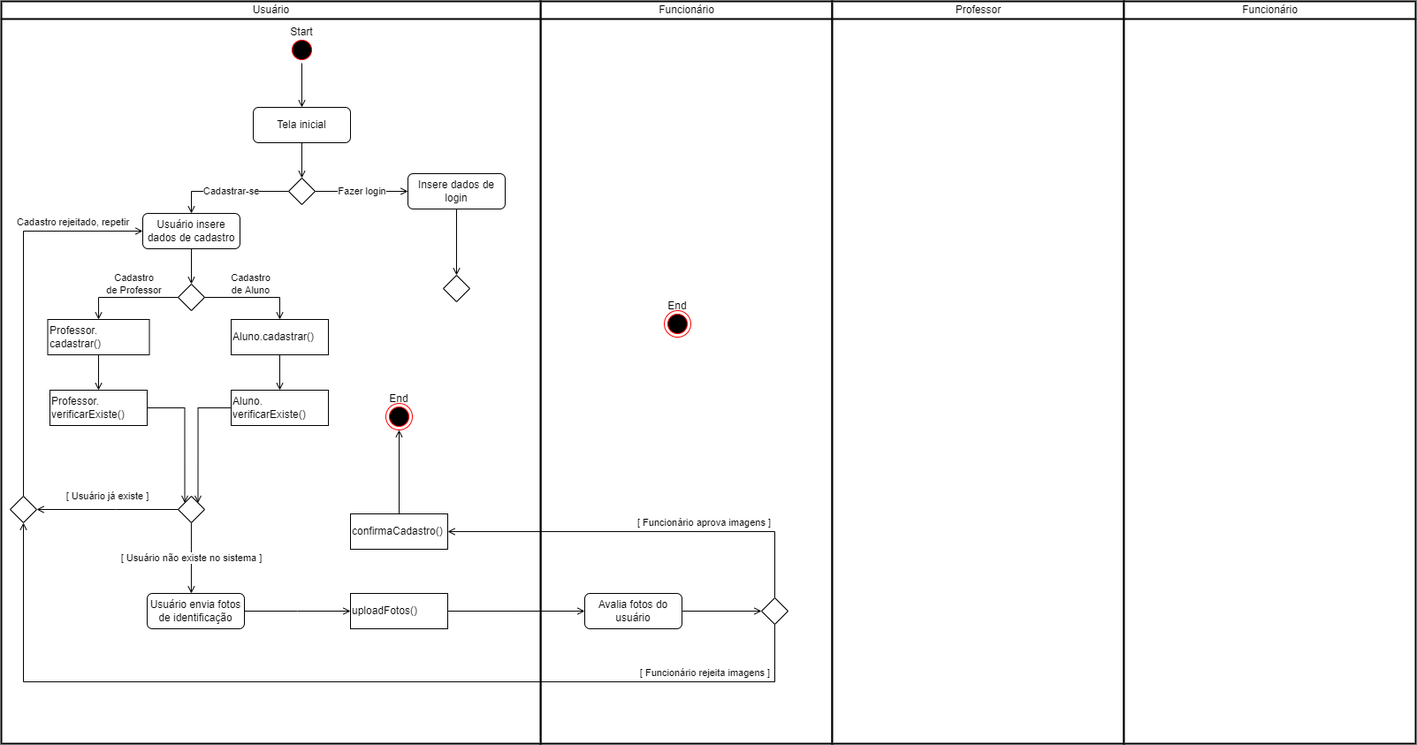
Earlier version of the draw.io export diagramaAtividades/Copy of atividadeSistema.drawio.png (EijiDogen/BrainForHire). Source tidied: cells renumbered, new cells last; positions are measured from the earlier drawing's top-left corner, leaving out a move shared by most shapes.
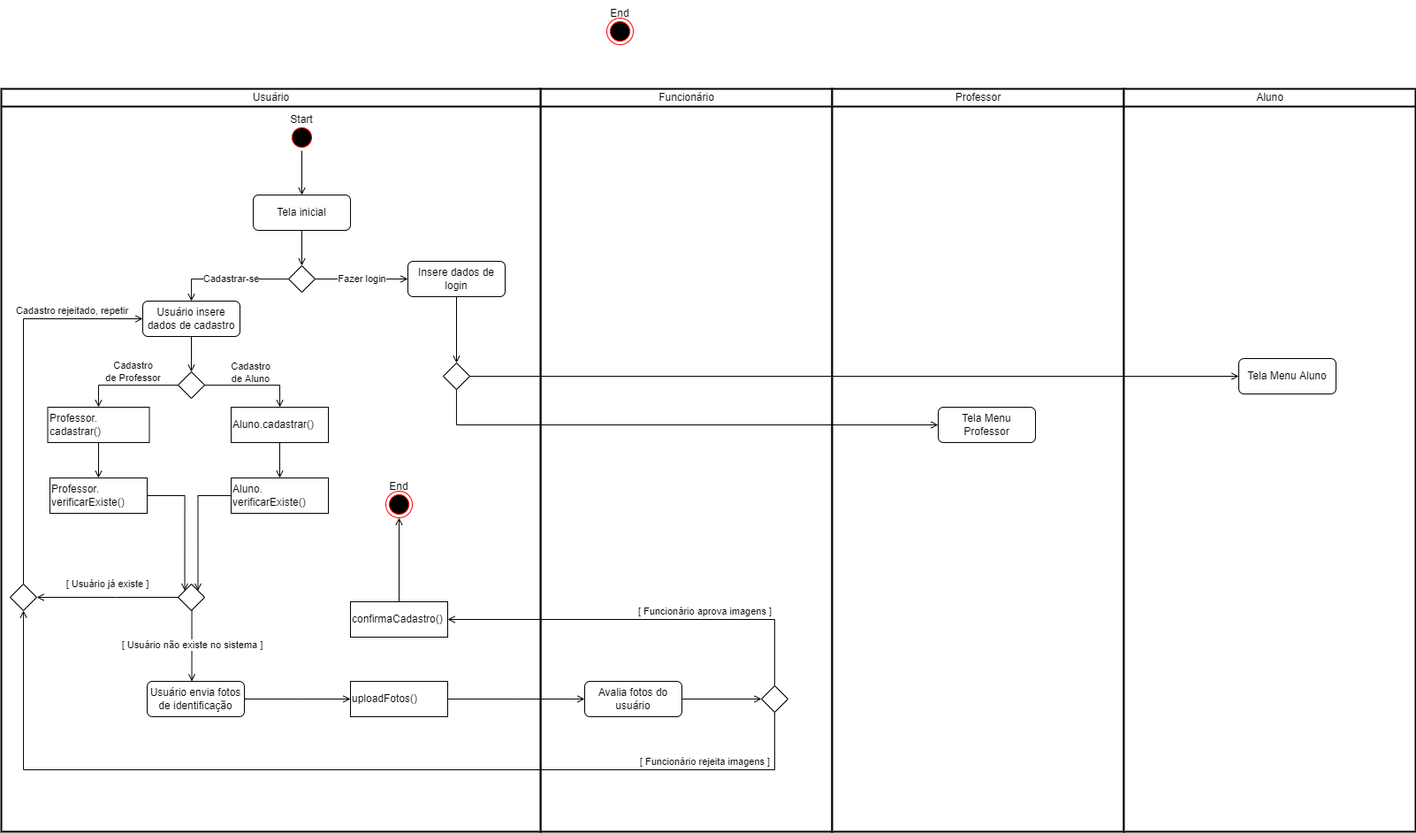
After the change.

Change to the diagram source:
```diff
@@ -11,7 +11,7 @@
     <mxCell id="4" value="Usuário" style="swimlane;html=1;startSize=20;fontStyle=0;horizontal=1;swimlaneLine=1;strokeWidth=2;swimlaneFillColor=#ffffff;" parent="1" vertex="1">
       <mxGeometry width="610" height="840" as="geometry" />
     </mxCell>
-    <mxCell id="5" value="Funcionário" style="swimlane;html=1;startSize=20;fontStyle=0;horizontal=1;swimlaneLine=1;strokeWidth=2;swimlaneFillColor=#ffffff;" parent="1" vertex="1">
+    <mxCell id="5" value="Aluno" style="swimlane;html=1;startSize=20;fontStyle=0;horizontal=1;swimlaneLine=1;strokeWidth=2;swimlaneFillColor=#ffffff;" parent="1" vertex="1">
       <mxGeometry x="1270" width="330" height="840" as="geometry" />
     </mxCell>
     <mxCell id="6" value="Atividades" parent="0" />
@@ -28,13 +28,13 @@
       <mxGeometry x="325" y="40" width="30" height="30" as="geometry" />
     </mxCell>
     <mxCell id="11" style="ellipse;html=1;shape=endState;fillColor=#000000;strokeColor=#ff0000;" parent="6" vertex="1">
-      <mxGeometry x="750" y="350" width="30" height="30" as="geometry" />
+      <mxGeometry x="685" y="-80" width="30" height="30" as="geometry" />
     </mxCell>
     <mxCell id="12" value="Start" style="text;html=1;strokeColor=none;fillColor=none;align=center;verticalAlign=middle;whiteSpace=wrap;rounded=0;" parent="6" vertex="1">
       <mxGeometry x="310" y="20" width="60" height="30" as="geometry" />
     </mxCell>
     <mxCell id="13" value="End" style="text;html=1;strokeColor=none;fillColor=none;align=center;verticalAlign=middle;whiteSpace=wrap;rounded=0;" parent="6" vertex="1">
-      <mxGeometry x="735" y="330" width="60" height="30" as="geometry" />
+      <mxGeometry x="670" y="-100" width="60" height="30" as="geometry" />
     </mxCell>
     <mxCell id="14" style="edgeStyle=orthogonalEdgeStyle;rounded=0;jettySize=auto;html=1;endArrow=open;endFill=0;" parent="6" edge="1" source="15" target="31">
       <mxGeometry relative="1" as="geometry" />
@@ -190,8 +190,24 @@
     <mxCell id="53" value="End" style="text;html=1;strokeColor=none;fillColor=none;align=center;verticalAlign=middle;whiteSpace=wrap;rounded=0;" parent="6" vertex="1">
       <mxGeometry x="420" y="435" width="60" height="30" as="geometry" />
     </mxCell>
+    <mxCell id="55" style="edgeStyle=orthogonalEdgeStyle;rounded=0;jettySize=auto;html=1;endArrow=open;endFill=0;" parent="6" edge="1" source="54" target="57">
+      <mxGeometry relative="1" as="geometry">
+        <Array as="points">
+          <mxPoint x="515" y="380" />
+        </Array>
+      </mxGeometry>
+    </mxCell>
+    <mxCell id="56" style="edgeStyle=orthogonalEdgeStyle;rounded=0;jettySize=auto;html=1;endArrow=open;endFill=0;" parent="6" edge="1" source="54" target="58">
+      <mxGeometry relative="1" as="geometry" />
+    </mxCell>
     <mxCell id="54" style="rhombus;" parent="6" vertex="1">
       <mxGeometry x="500" y="310" width="30" height="30" as="geometry" />
     </mxCell>
+    <mxCell id="57" value="Tela Menu Professor" style="rounded=1;whiteSpace=wrap;html=1;" parent="6" vertex="1">
+      <mxGeometry x="1060" y="360" width="110" height="40" as="geometry" />
+    </mxCell>
+    <mxCell id="58" value="Tela Menu Aluno" style="rounded=1;whiteSpace=wrap;html=1;" parent="6" vertex="1">
+      <mxGeometry x="1400" y="305" width="110" height="40" as="geometry" />
+    </mxCell>
   </root>
 </mxGraphModel>
```
